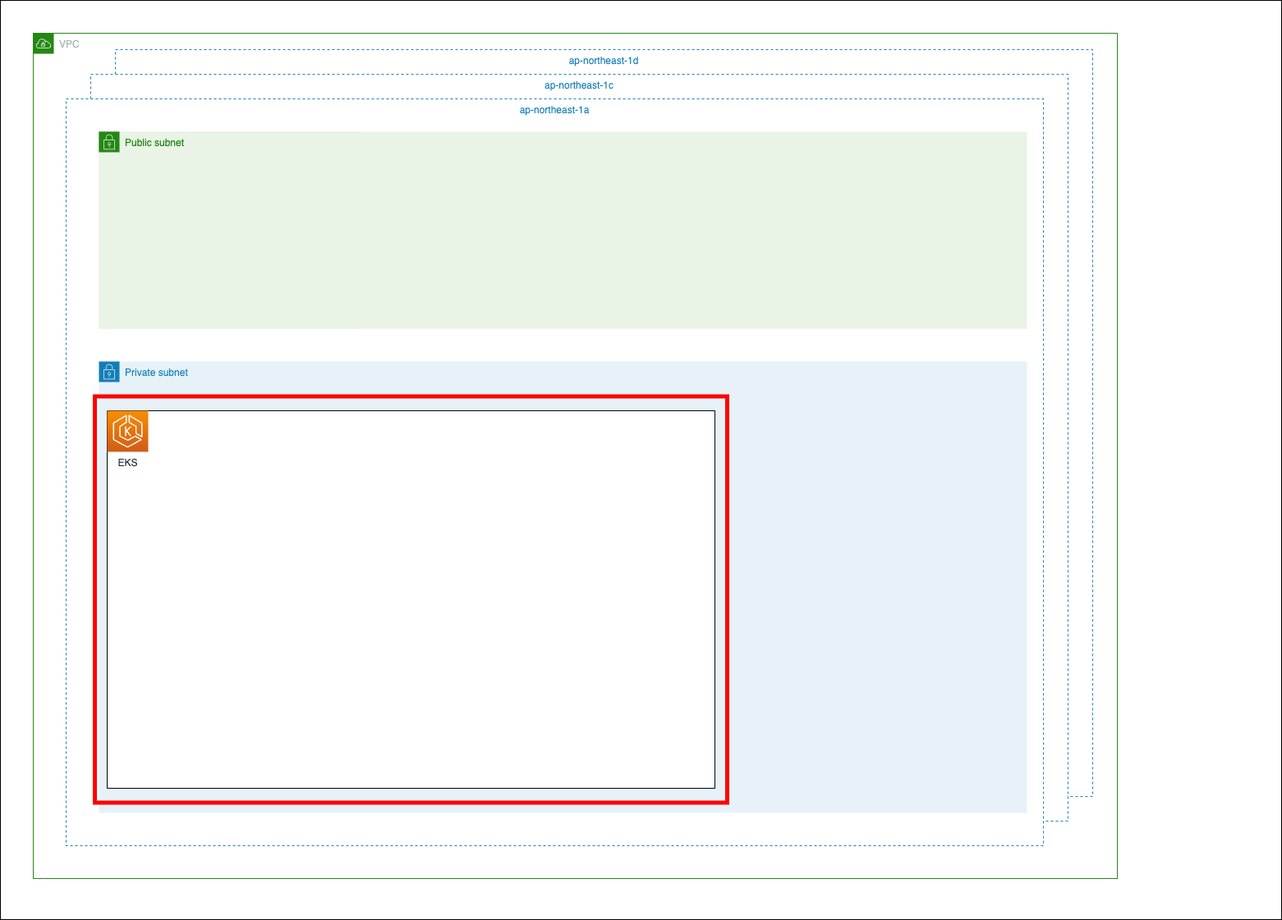
Before: docs/drawio/chapter_04/architecture.drawio.png, a diagram exported from draw.io (ng3rdstmadgke/terraform-tutorial-eks). Source tidied: cells renumbered, new cells last; positions are measured from the earlier drawing's top-left corner, leaving out a move shared by most shapes. Its diagram source:
```xml
<mxGraphModel>
  <root>
    <mxCell id="0" />
    <mxCell id="1" parent="0" />
    <mxCell id="2" style="rounded=0;whiteSpace=wrap;html=1;" parent="1" vertex="1">
      <mxGeometry width="1560" height="1120" as="geometry" />
    </mxCell>
    <mxCell id="3" value="VPC" style="gradientColor=none;html=1;whiteSpace=wrap;fontSize=12;fontStyle=0;shape=mxgraph.aws4.group;grIcon=mxgraph.aws4.group_vpc;strokeColor=#248814;fillColor=none;verticalAlign=top;align=left;spacingLeft=30;fontColor=#AAB7B8;dashed=0;" parent="1" vertex="1">
      <mxGeometry x="40" y="40" width="1320" height="1030" as="geometry" />
    </mxCell>
    <mxCell id="4" value="ap-northeast-1d" style="fillColor=#FFFFFF;strokeColor=#147EBA;dashed=1;verticalAlign=top;fontStyle=0;fontColor=#147EBA;" parent="1" vertex="1">
      <mxGeometry x="140" y="60" width="1190" height="910" as="geometry" />
    </mxCell>
    <mxCell id="5" value="ap-northeast-1c" style="fillColor=#FFFFFF;strokeColor=#147EBA;dashed=1;verticalAlign=top;fontStyle=0;fontColor=#147EBA;" parent="1" vertex="1">
      <mxGeometry x="110" y="90" width="1190" height="910" as="geometry" />
    </mxCell>
    <mxCell id="6" value="ap-northeast-1a" style="fillColor=#FFFFFF;strokeColor=#147EBA;dashed=1;verticalAlign=top;fontStyle=0;fontColor=#147EBA;" parent="1" vertex="1">
      <mxGeometry x="80" y="120" width="1190" height="910" as="geometry" />
    </mxCell>
    <mxCell id="7" value="Public subnet" style="gradientColor=none;html=1;whiteSpace=wrap;fontSize=12;fontStyle=0;shape=mxgraph.aws4.group;grIcon=mxgraph.aws4.group_security_group;grStroke=0;strokeColor=#248814;fillColor=#E9F3E6;verticalAlign=top;align=left;spacingLeft=30;fontColor=#248814;dashed=0;" parent="1" vertex="1">
      <mxGeometry x="120" y="160" width="320" height="240" as="geometry" />
    </mxCell>
    <mxCell id="8" value="Private subnet" style="gradientColor=none;html=1;whiteSpace=wrap;fontSize=12;fontStyle=0;shape=mxgraph.aws4.group;grIcon=mxgraph.aws4.group_security_group;grStroke=0;strokeColor=#147EBA;fillColor=#E6F2F8;verticalAlign=top;align=left;spacingLeft=30;fontColor=#147EBA;dashed=0;" parent="1" vertex="1">
      <mxGeometry x="120" y="440" width="1130" height="550" as="geometry" />
    </mxCell>
    <mxCell id="9" style="verticalLabelPosition=bottom;verticalAlign=top;html=1;shape=mxgraph.basic.rect;fillColor2=none;strokeWidth=1;size=20;indent=5;" parent="1" vertex="1">
      <mxGeometry x="130" y="500" width="740" height="460" as="geometry" />
    </mxCell>
    <mxCell id="10" value="EKS" style="sketch=0;fontColor=#232F3E;gradientColor=#F78E04;gradientDirection=north;fillColor=#D05C17;strokeColor=#ffffff;dashed=0;verticalLabelPosition=bottom;verticalAlign=top;align=center;html=1;fontSize=12;fontStyle=0;shape=mxgraph.aws4.resourceIcon;resIcon=mxgraph.aws4.eks;" parent="1" vertex="1">
      <mxGeometry x="130" y="500" width="50" height="50" as="geometry" />
    </mxCell>
    <mxCell id="11" value="Public subnet" style="gradientColor=none;html=1;whiteSpace=wrap;fontSize=12;fontStyle=0;shape=mxgraph.aws4.group;grIcon=mxgraph.aws4.group_security_group;grStroke=0;strokeColor=#248814;fillColor=#E9F3E6;verticalAlign=top;align=left;spacingLeft=30;fontColor=#248814;dashed=0;" parent="1" vertex="1">
      <mxGeometry x="120" y="160" width="1130" height="240" as="geometry" />
    </mxCell>
    <mxCell id="12" style="rounded=0;whiteSpace=wrap;html=1;fillColor=none;strokeColor=#FF0000;strokeWidth=5;" parent="1" vertex="1">
      <mxGeometry x="115" y="482.5" width="770" height="495" as="geometry" />
    </mxCell>
  </root>
</mxGraphModel>
```
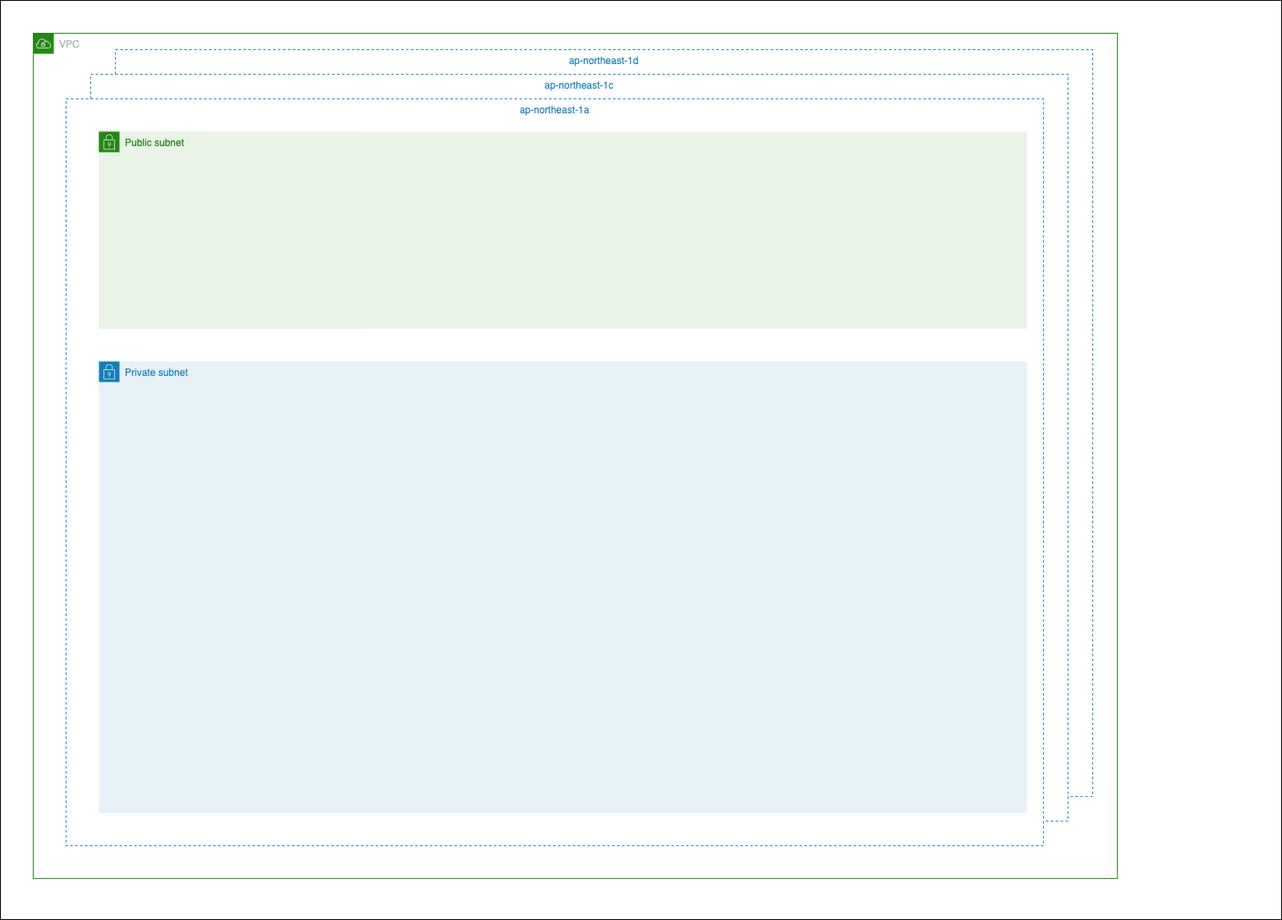
Above is the later version.

Change to the diagram source:
```diff
@@ -23,17 +23,8 @@
     <mxCell id="8" value="Private subnet" style="gradientColor=none;html=1;whiteSpace=wrap;fontSize=12;fontStyle=0;shape=mxgraph.aws4.group;grIcon=mxgraph.aws4.group_security_group;grStroke=0;strokeColor=#147EBA;fillColor=#E6F2F8;verticalAlign=top;align=left;spacingLeft=30;fontColor=#147EBA;dashed=0;" parent="1" vertex="1">
       <mxGeometry x="120" y="440" width="1130" height="550" as="geometry" />
     </mxCell>
-    <mxCell id="9" style="verticalLabelPosition=bottom;verticalAlign=top;html=1;shape=mxgraph.basic.rect;fillColor2=none;strokeWidth=1;size=20;indent=5;" parent="1" vertex="1">
-      <mxGeometry x="130" y="500" width="740" height="460" as="geometry" />
-    </mxCell>
-    <mxCell id="10" value="EKS" style="sketch=0;fontColor=#232F3E;gradientColor=#F78E04;gradientDirection=north;fillColor=#D05C17;strokeColor=#ffffff;dashed=0;verticalLabelPosition=bottom;verticalAlign=top;align=center;html=1;fontSize=12;fontStyle=0;shape=mxgraph.aws4.resourceIcon;resIcon=mxgraph.aws4.eks;" parent="1" vertex="1">
-      <mxGeometry x="130" y="500" width="50" height="50" as="geometry" />
-    </mxCell>
     <mxCell id="11" value="Public subnet" style="gradientColor=none;html=1;whiteSpace=wrap;fontSize=12;fontStyle=0;shape=mxgraph.aws4.group;grIcon=mxgraph.aws4.group_security_group;grStroke=0;strokeColor=#248814;fillColor=#E9F3E6;verticalAlign=top;align=left;spacingLeft=30;fontColor=#248814;dashed=0;" parent="1" vertex="1">
       <mxGeometry x="120" y="160" width="1130" height="240" as="geometry" />
     </mxCell>
-    <mxCell id="12" style="rounded=0;whiteSpace=wrap;html=1;fillColor=none;strokeColor=#FF0000;strokeWidth=5;" parent="1" vertex="1">
-      <mxGeometry x="115" y="482.5" width="770" height="495" as="geometry" />
-    </mxCell>
   </root>
 </mxGraphModel>
```
